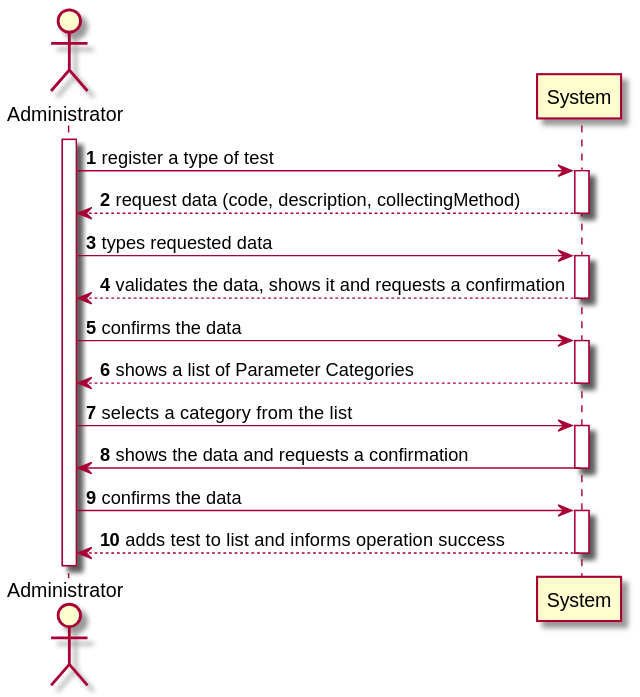
Before: docs/SprintB/US09/US09-SSD.svg, a diagram exported from PlantUML (0franciscor/lei-21-s2-1de-g19).
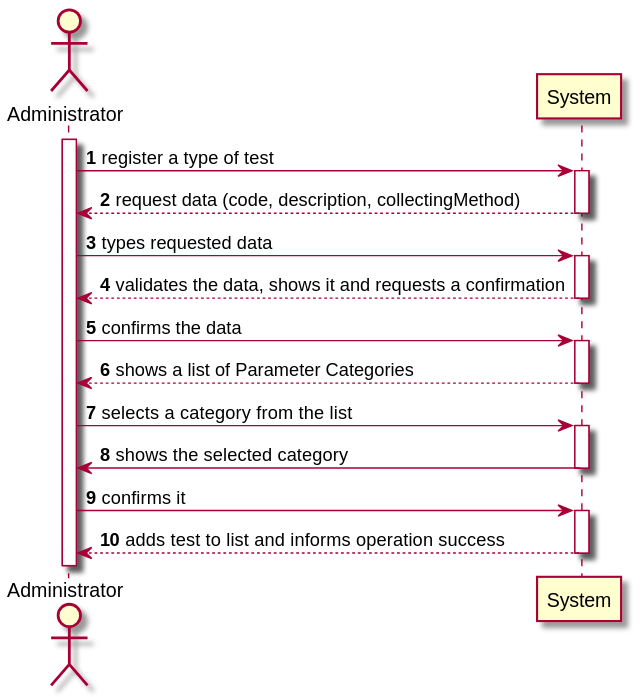
The same file after the commit.

What changed in the source:
```diff
@@ -12,8 +12,8 @@
 admin -> System ++: confirms the data
 System --> admin --: shows a list of Parameter Categories
 admin -> System ++: selects a category from the list
-System -> admin --: shows the data and requests a confirmation
-admin -> System ++: confirms the data
+System -> admin --: shows the selected category
+admin -> System ++: confirms it
 System --> admin --: adds test to list and informs operation success
 
 @enduml
```
